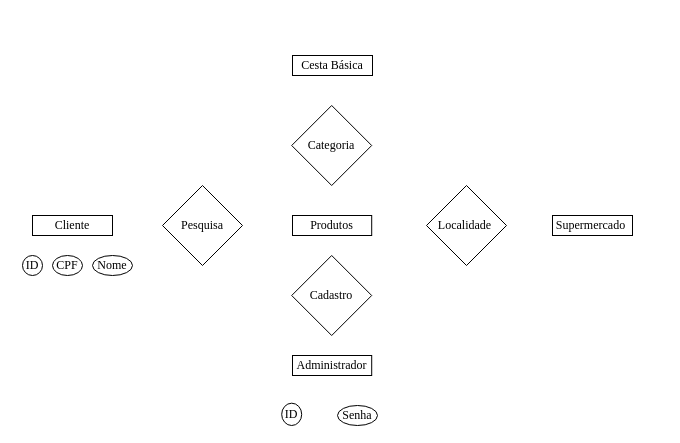
Earlier version of the draw.io diagram Diagrama sem título.drawio (EmilyNicoleA/Compara-o-). Source tidied: cells renumbered, new cells numbered last; positions are measured from the earlier drawing's top-left corner, leaving out a move shared by most shapes. Both pictures are drawn from the tidied source at 100%, with x=0, y=0 at pixel (22, 55).
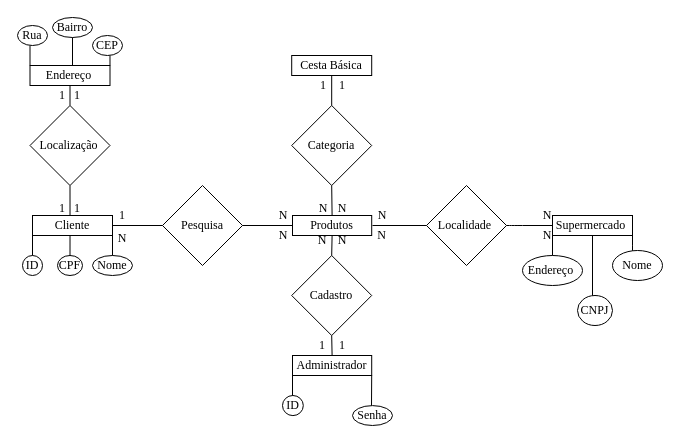
The same diagram, later.

Commit message:
Diagrama Entidade-Relacionamento

Unchanged cells that the change refers to:
```xml
<mxCell id="3" value="&lt;font face=&quot;Times New Roman&quot;&gt;ID&lt;/font&gt;" style="ellipse;whiteSpace=wrap;html=1;" parent="1" vertex="1">
  <mxGeometry y="200" width="20" height="20" as="geometry" />
</mxCell>
<mxCell id="4" value="&lt;font face=&quot;Times New Roman&quot;&gt;Cliente&lt;/font&gt;" style="rounded=0;whiteSpace=wrap;html=1;" parent="1" vertex="1">
  <mxGeometry x="10" y="160" width="80" height="20" as="geometry" />
</mxCell>
<mxCell id="5" value="&lt;font face=&quot;Times New Roman&quot;&gt;Nome&lt;/font&gt;" style="ellipse;whiteSpace=wrap;html=1;" parent="1" vertex="1">
  <mxGeometry x="70" y="200" width="40" height="20" as="geometry" />
</mxCell>
<mxCell id="7" value="&lt;font face=&quot;Times New Roman&quot;&gt;Pesquisa&lt;/font&gt;" style="rhombus;whiteSpace=wrap;html=1;" parent="1" vertex="1">
  <mxGeometry x="140" y="130" width="80" height="80" as="geometry" />
</mxCell>
<mxCell id="8" value="&lt;font face=&quot;Times New Roman&quot;&gt;Produtos&lt;/font&gt;" style="rounded=0;whiteSpace=wrap;html=1;" parent="1" vertex="1">
  <mxGeometry x="270" y="160" width="79.2" height="20" as="geometry" />
</mxCell>
<mxCell id="9" value="&lt;font face=&quot;Times New Roman&quot;&gt;Cadastro&lt;/font&gt;" style="rhombus;whiteSpace=wrap;html=1;" parent="1" vertex="1">
  <mxGeometry x="269.2" y="200" width="80" height="80" as="geometry" />
</mxCell>
<mxCell id="10" value="&lt;font face=&quot;Times New Roman&quot;&gt;Administrador&lt;/font&gt;" style="rounded=0;whiteSpace=wrap;html=1;" parent="1" vertex="1">
  <mxGeometry x="270" y="300" width="79.2" height="20" as="geometry" />
</mxCell>
<mxCell id="12" value="&lt;font face=&quot;Times New Roman&quot;&gt;Categoria&lt;/font&gt;" style="rhombus;whiteSpace=wrap;html=1;" parent="1" vertex="1">
  <mxGeometry x="269.2" y="50" width="80" height="80" as="geometry" />
</mxCell>
<mxCell id="14" value="&lt;font face=&quot;Times New Roman&quot;&gt;Localidade&amp;nbsp;&lt;/font&gt;" style="rhombus;whiteSpace=wrap;html=1;" parent="1" vertex="1">
  <mxGeometry x="404" y="130" width="80" height="80" as="geometry" />
</mxCell>
<mxCell id="15" value="&lt;font face=&quot;Times New Roman&quot;&gt;Supermercado&amp;nbsp;&lt;/font&gt;" style="rounded=0;whiteSpace=wrap;html=1;" parent="1" vertex="1">
  <mxGeometry x="530" y="160" width="80" height="20" as="geometry" />
</mxCell>
```

What changed in the source:
```diff
@@
+    <mxCell id="16" style="endArrow=none;html=1;entryX=1;entryY=1;entryDx=0;entryDy=0;" parent="1" edge="1" target="15">
+      <mxGeometry relative="1" as="geometry">
+        <mxPoint x="610" y="190" as="sourcePoint" />
+        <Array as="points">
+          <mxPoint x="610" y="200" />
+        </Array>
+      </mxGeometry>
+    </mxCell>
     <mxCell id="2" value="&lt;font face=&quot;Times New Roman&quot;&gt;Senha&lt;/font&gt;" style="ellipse;whiteSpace=wrap;html=1;" parent="1" vertex="1">
-      <mxGeometry x="315" y="350" width="40" height="20" as="geometry" />
+      <mxGeometry x="330" y="350.1" width="40" height="19.9" as="geometry" />
     </mxCell>
@@
     <mxCell id="6" value="&lt;font face=&quot;Times New Roman&quot;&gt;CPF&lt;/font&gt;" style="ellipse;whiteSpace=wrap;html=1;" parent="1" vertex="1">
-      <mxGeometry x="30" y="200" width="30" height="20" as="geometry" />
+      <mxGeometry x="35" y="200" width="25" height="20" as="geometry" />
     </mxCell>
@@
     <mxCell id="11" value="&lt;font face=&quot;Times New Roman&quot;&gt;ID&lt;/font&gt;" style="ellipse;whiteSpace=wrap;html=1;rotation=0;direction=north;" parent="1" vertex="1">
-      <mxGeometry x="259.2" y="347.7" width="20" height="22.3" as="geometry" />
+      <mxGeometry x="260" y="340" width="20.8" height="20.1" as="geometry" />
     </mxCell>
@@
     <mxCell id="13" value="&lt;font face=&quot;Times New Roman&quot;&gt;Cesta Básica&lt;/font&gt;" style="rounded=0;whiteSpace=wrap;html=1;" parent="1" vertex="1">
-      <mxGeometry x="270" width="80" height="20" as="geometry" />
+      <mxGeometry x="269.2" width="80" height="20" as="geometry" />
     </mxCell>
@@
+    <mxCell id="17" style="endArrow=none;html=1;exitX=0.5;exitY=0;exitDx=0;exitDy=0;entryX=0.5;entryY=1;entryDx=0;entryDy=0;" parent="1" edge="1" source="10" target="9">
+      <mxGeometry relative="1" as="geometry" />
+    </mxCell>
+    <mxCell id="18" style="endArrow=none;html=1;entryX=1;entryY=1;entryDx=0;entryDy=0;" parent="1" edge="1" target="10">
+      <mxGeometry relative="1" as="geometry">
+        <mxPoint x="349" y="350" as="sourcePoint" />
+      </mxGeometry>
+    </mxCell>
+    <mxCell id="19" style="endArrow=none;html=1;entryX=0;entryY=1;entryDx=0;entryDy=0;exitX=0.5;exitY=0;exitDx=0;exitDy=0;" parent="1" edge="1" source="3" target="4">
+      <mxGeometry relative="1" as="geometry" />
+    </mxCell>
+    <mxCell id="20" style="endArrow=none;html=1;exitX=0.5;exitY=0;exitDx=0;exitDy=0;" parent="1" edge="1" source="5">
+      <mxGeometry relative="1" as="geometry">
+        <mxPoint x="90" y="170" as="targetPoint" />
+      </mxGeometry>
+    </mxCell>
+    <mxCell id="21" style="endArrow=none;html=1;exitX=0.5;exitY=0;exitDx=0;exitDy=0;entryX=0.469;entryY=1;entryDx=0;entryDy=0;entryPerimeter=0;" parent="1" edge="1" source="6" target="4">
+      <mxGeometry relative="1" as="geometry" />
+    </mxCell>
+    <mxCell id="22" style="endArrow=none;html=1;entryX=0;entryY=0.5;entryDx=0;entryDy=0;" parent="1" edge="1" target="7">
+      <mxGeometry relative="1" as="geometry">
+        <mxPoint x="90" y="170" as="sourcePoint" />
+      </mxGeometry>
+    </mxCell>
+    <mxCell id="23" style="endArrow=none;html=1;entryX=0;entryY=0.5;entryDx=0;entryDy=0;exitX=1;exitY=0.5;exitDx=0;exitDy=0;" parent="1" edge="1" source="7" target="8">
+      <mxGeometry relative="1" as="geometry" />
+    </mxCell>
+    <mxCell id="24" style="endArrow=none;html=1;entryX=0;entryY=0.5;entryDx=0;entryDy=0;" parent="1" edge="1" target="14">
+      <mxGeometry relative="1" as="geometry">
+        <mxPoint x="350" y="170" as="sourcePoint" />
+      </mxGeometry>
+    </mxCell>
+    <mxCell id="25" style="endArrow=none;html=1;entryX=0.5;entryY=1;entryDx=0;entryDy=0;exitX=0.5;exitY=0;exitDx=0;exitDy=0;" parent="1" edge="1" source="9" target="8">
+      <mxGeometry relative="1" as="geometry" />
+    </mxCell>
+    <mxCell id="26" style="endArrow=none;html=1;entryX=0;entryY=0.5;entryDx=0;entryDy=0;exitX=1;exitY=0.5;exitDx=0;exitDy=0;" parent="1" edge="1" source="14" target="15">
+      <mxGeometry relative="1" as="geometry">
+        <Array as="points">
+          <mxPoint x="490" y="170" />
+        </Array>
+      </mxGeometry>
+    </mxCell>
+    <mxCell id="27" style="endArrow=none;html=1;exitX=0.5;exitY=0;exitDx=0;exitDy=0;entryX=0.5;entryY=1;entryDx=0;entryDy=0;" parent="1" edge="1" source="8" target="12">
+      <mxGeometry relative="1" as="geometry" />
+    </mxCell>
+    <mxCell id="28" style="endArrow=none;html=1;entryX=0.5;entryY=1;entryDx=0;entryDy=0;exitX=0.5;exitY=0;exitDx=0;exitDy=0;" parent="1" edge="1" source="12" target="13">
+      <mxGeometry relative="1" as="geometry" />
+    </mxCell>
+    <mxCell id="29" value="&lt;font face=&quot;Times New Roman&quot;&gt;Localização&amp;nbsp;&lt;/font&gt;" style="rhombus;whiteSpace=wrap;html=1;" parent="1" vertex="1">
+      <mxGeometry x="7.5" y="50" width="80" height="80" as="geometry" />
+    </mxCell>
+    <mxCell id="30" value="&lt;font face=&quot;Times New Roman&quot;&gt;Endereço&amp;nbsp;&lt;/font&gt;" style="rounded=0;whiteSpace=wrap;html=1;" parent="1" vertex="1">
+      <mxGeometry x="7.5" y="10" width="80" height="20" as="geometry" />
+    </mxCell>
+    <mxCell id="31" value="&lt;font face=&quot;Times New Roman&quot;&gt;Rua&lt;/font&gt;" style="ellipse;whiteSpace=wrap;html=1;" parent="1" vertex="1">
+      <mxGeometry x="-5" y="-30" width="30" height="20" as="geometry" />
+    </mxCell>
+    <mxCell id="32" value="&lt;font face=&quot;Times New Roman&quot;&gt;Bairro&lt;/font&gt;" style="ellipse;whiteSpace=wrap;html=1;" parent="1" vertex="1">
+      <mxGeometry x="30" y="-38" width="40" height="20" as="geometry" />
+    </mxCell>
+    <mxCell id="33" value="&lt;font face=&quot;Times New Roman&quot;&gt;CEP&lt;/font&gt;" style="ellipse;whiteSpace=wrap;html=1;" parent="1" vertex="1">
+      <mxGeometry x="70" y="-20" width="30" height="20" as="geometry" />
+    </mxCell>
+    <mxCell id="34" style="endArrow=none;html=1;entryX=0.5;entryY=1;entryDx=0;entryDy=0;exitX=0.469;exitY=0;exitDx=0;exitDy=0;exitPerimeter=0;" parent="1" edge="1" source="4" target="29">
+      <mxGeometry relative="1" as="geometry" />
+    </mxCell>
+    <mxCell id="35" style="endArrow=none;html=1;exitX=0.5;exitY=0;exitDx=0;exitDy=0;entryX=0.5;entryY=1;entryDx=0;entryDy=0;" parent="1" edge="1" source="29" target="30">
+      <mxGeometry relative="1" as="geometry" />
+    </mxCell>
+    <mxCell id="36" style="endArrow=none;html=1;entryX=0.5;entryY=1;entryDx=0;entryDy=0;" parent="1" edge="1" target="32">
+      <mxGeometry relative="1" as="geometry">
+        <mxPoint x="50" y="10" as="sourcePoint" />
+      </mxGeometry>
+    </mxCell>
+    <mxCell id="37" value="&lt;font face=&quot;Times New Roman&quot;&gt;Endereço&amp;nbsp;&lt;/font&gt;" style="ellipse;whiteSpace=wrap;html=1;" parent="1" vertex="1">
+      <mxGeometry x="500" y="200" width="60" height="30" as="geometry" />
+    </mxCell>
+    <mxCell id="38" value="&lt;font face=&quot;Times New Roman&quot;&gt;CNPJ&lt;/font&gt;" style="ellipse;whiteSpace=wrap;html=1;" parent="1" vertex="1">
+      <mxGeometry x="555" y="240" width="35" height="30" as="geometry" />
+    </mxCell>
+    <mxCell id="39" value="&lt;font face=&quot;Times New Roman&quot;&gt;Nome&lt;/font&gt;" style="ellipse;whiteSpace=wrap;html=1;" parent="1" vertex="1">
+      <mxGeometry x="590" y="195" width="50" height="30" as="geometry" />
+    </mxCell>
+    <mxCell id="40" style="endArrow=none;html=1;entryX=0.5;entryY=1;entryDx=0;entryDy=0;exitX=0.429;exitY=0;exitDx=0;exitDy=0;exitPerimeter=0;" parent="1" edge="1" source="38" target="15">
+      <mxGeometry relative="1" as="geometry" />
+    </mxCell>
+    <mxCell id="41" style="endArrow=none;html=1;entryX=0;entryY=1;entryDx=0;entryDy=0;exitX=0.5;exitY=0;exitDx=0;exitDy=0;" parent="1" edge="1" source="37" target="15">
+      <mxGeometry relative="1" as="geometry" />
+    </mxCell>
+    <mxCell id="42" style="endArrow=none;html=1;exitX=0;exitY=0;exitDx=0;exitDy=0;entryX=0.417;entryY=1;entryDx=0;entryDy=0;entryPerimeter=0;" parent="1" edge="1" source="30" target="31">
+      <mxGeometry relative="1" as="geometry" />
+    </mxCell>
+    <mxCell id="43" style="endArrow=none;html=1;exitX=1;exitY=0;exitDx=0;exitDy=0;entryX=0.583;entryY=1;entryDx=0;entryDy=0;entryPerimeter=0;" parent="1" edge="1" source="30" target="33">
+      <mxGeometry relative="1" as="geometry" />
+    </mxCell>
+    <mxCell id="44" style="endArrow=none;html=1;entryX=0;entryY=1;entryDx=0;entryDy=0;" parent="1" edge="1" target="10">
+      <mxGeometry relative="1" as="geometry">
+        <mxPoint x="270" y="340" as="sourcePoint" />
+      </mxGeometry>
+    </mxCell>
+    <mxCell id="45" value="&lt;font face=&quot;Times New Roman&quot;&gt;1&lt;/font&gt;" style="text;html=1;strokeColor=none;fillColor=none;align=center;verticalAlign=middle;whiteSpace=wrap;rounded=0;" parent="1" vertex="1">
+      <mxGeometry x="80" y="150" width="40" height="20" as="geometry" />
+    </mxCell>
+    <mxCell id="46" value="&lt;font face=&quot;Times New Roman&quot;&gt;N&lt;/font&gt;" style="text;html=1;strokeColor=none;fillColor=none;align=center;verticalAlign=middle;whiteSpace=wrap;rounded=0;" parent="1" vertex="1">
+      <mxGeometry x="85" y="170" width="30" height="25" as="geometry" />
+    </mxCell>
+    <mxCell id="47" value="&lt;font face=&quot;Times New Roman&quot;&gt;N&lt;/font&gt;" style="text;html=1;strokeColor=none;fillColor=none;align=center;verticalAlign=middle;whiteSpace=wrap;rounded=0;" parent="1" vertex="1">
+      <mxGeometry x="240.8" y="145" width="40" height="30" as="geometry" />
+    </mxCell>
+    <mxCell id="48" value="&lt;font face=&quot;Times New Roman&quot;&gt;N&lt;/font&gt;" style="text;html=1;strokeColor=none;fillColor=none;align=center;verticalAlign=middle;whiteSpace=wrap;rounded=0;" parent="1" vertex="1">
+      <mxGeometry x="240.8" y="165" width="40" height="30" as="geometry" />
+    </mxCell>
+    <mxCell id="49" value="&lt;font face=&quot;Times New Roman&quot;&gt;N&lt;/font&gt;" style="text;html=1;strokeColor=none;fillColor=none;align=center;verticalAlign=middle;whiteSpace=wrap;rounded=0;" parent="1" vertex="1">
+      <mxGeometry x="280" y="170" width="40" height="30" as="geometry" />
+    </mxCell>
+    <mxCell id="50" value="&lt;font face=&quot;Times New Roman&quot;&gt;N&lt;/font&gt;" style="text;html=1;strokeColor=none;fillColor=none;align=center;verticalAlign=middle;whiteSpace=wrap;rounded=0;" parent="1" vertex="1">
+      <mxGeometry x="300" y="170" width="40" height="30" as="geometry" />
+    </mxCell>
+    <mxCell id="51" value="&lt;font face=&quot;Times New Roman&quot;&gt;1&lt;/font&gt;" style="text;html=1;strokeColor=none;fillColor=none;align=center;verticalAlign=middle;whiteSpace=wrap;rounded=0;" parent="1" vertex="1">
+      <mxGeometry x="280" y="280" width="40" height="20" as="geometry" />
+    </mxCell>
+    <mxCell id="52" value="&lt;font face=&quot;Times New Roman&quot;&gt;1&lt;/font&gt;" style="text;html=1;strokeColor=none;fillColor=none;align=center;verticalAlign=middle;whiteSpace=wrap;rounded=0;" parent="1" vertex="1">
+      <mxGeometry x="300" y="280" width="40" height="20" as="geometry" />
+    </mxCell>
+    <mxCell id="53" value="&lt;font face=&quot;Times New Roman&quot;&gt;N&lt;/font&gt;" style="text;html=1;strokeColor=none;fillColor=none;align=center;verticalAlign=middle;whiteSpace=wrap;rounded=0;" parent="1" vertex="1">
+      <mxGeometry x="280.8" y="145" width="40" height="15" as="geometry" />
+    </mxCell>
+    <mxCell id="54" value="&lt;font face=&quot;Times New Roman&quot;&gt;1&lt;/font&gt;" style="text;html=1;strokeColor=none;fillColor=none;align=center;verticalAlign=middle;whiteSpace=wrap;rounded=0;" parent="1" vertex="1">
+      <mxGeometry x="280.8" y="20" width="40" height="20" as="geometry" />
+    </mxCell>
+    <mxCell id="55" value="&lt;font face=&quot;Times New Roman&quot;&gt;N&lt;/font&gt;" style="text;html=1;strokeColor=none;fillColor=none;align=center;verticalAlign=middle;whiteSpace=wrap;rounded=0;" parent="1" vertex="1">
+      <mxGeometry x="300" y="145" width="40" height="15" as="geometry" />
+    </mxCell>
+    <mxCell id="56" value="&lt;font face=&quot;Times New Roman&quot;&gt;1&lt;/font&gt;" style="text;html=1;strokeColor=none;fillColor=none;align=center;verticalAlign=middle;whiteSpace=wrap;rounded=0;" parent="1" vertex="1">
+      <mxGeometry x="300" y="20" width="40" height="20" as="geometry" />
+    </mxCell>
+    <mxCell id="57" value="&lt;font face=&quot;Times New Roman&quot;&gt;N&lt;/font&gt;" style="text;html=1;strokeColor=none;fillColor=none;align=center;verticalAlign=middle;whiteSpace=wrap;rounded=0;" parent="1" vertex="1">
+      <mxGeometry x="349.2" y="175" width="20.8" height="10" as="geometry" />
+    </mxCell>
+    <mxCell id="58" value="&lt;font face=&quot;Times New Roman&quot;&gt;N&lt;/font&gt;" style="text;html=1;strokeColor=none;fillColor=none;align=center;verticalAlign=middle;whiteSpace=wrap;rounded=0;" parent="1" vertex="1">
+      <mxGeometry x="350" y="155" width="20" height="10" as="geometry" />
+    </mxCell>
+    <mxCell id="59" value="&lt;font face=&quot;Times New Roman&quot;&gt;N&lt;/font&gt;" style="text;html=1;strokeColor=none;fillColor=none;align=center;verticalAlign=middle;whiteSpace=wrap;rounded=0;" parent="1" vertex="1">
+      <mxGeometry x="520" y="155" width="10" height="10" as="geometry" />
+    </mxCell>
+    <mxCell id="60" value="&lt;font face=&quot;Times New Roman&quot;&gt;N&lt;/font&gt;" style="text;html=1;strokeColor=none;fillColor=none;align=center;verticalAlign=middle;whiteSpace=wrap;rounded=0;" parent="1" vertex="1">
+      <mxGeometry x="520" y="175" width="10" height="10" as="geometry" />
+    </mxCell>
+    <mxCell id="61" value="&lt;font face=&quot;Times New Roman&quot;&gt;1&lt;/font&gt;" style="text;html=1;strokeColor=none;fillColor=none;align=center;verticalAlign=middle;whiteSpace=wrap;rounded=0;" parent="1" vertex="1">
+      <mxGeometry x="20" y="147.5" width="40" height="10" as="geometry" />
+    </mxCell>
+    <mxCell id="62" value="&lt;font face=&quot;Times New Roman&quot;&gt;1&lt;/font&gt;" style="text;html=1;strokeColor=none;fillColor=none;align=center;verticalAlign=middle;whiteSpace=wrap;rounded=0;" parent="1" vertex="1">
+      <mxGeometry x="15" y="30" width="50" height="20" as="geometry" />
+    </mxCell>
+    <mxCell id="63" value="&lt;font face=&quot;Times New Roman&quot;&gt;1&lt;/font&gt;" style="text;html=1;strokeColor=none;fillColor=none;align=center;verticalAlign=middle;whiteSpace=wrap;rounded=0;" parent="1" vertex="1">
+      <mxGeometry x="30" y="30" width="50" height="20" as="geometry" />
+    </mxCell>
+    <mxCell id="64" value="&lt;font face=&quot;Times New Roman&quot;&gt;1&lt;/font&gt;" style="text;html=1;strokeColor=none;fillColor=none;align=center;verticalAlign=middle;whiteSpace=wrap;rounded=0;" parent="1" vertex="1">
+      <mxGeometry x="40" y="147.5" width="30" height="10" as="geometry" />
+    </mxCell>
```
